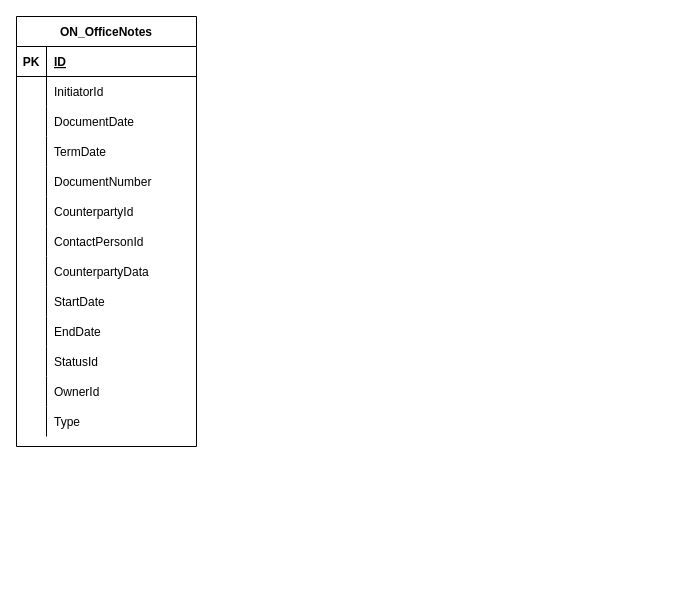
This is Untitled Diagram.drawio from the-shichko/drawio, a draw.io file, before an edit. Source tidied: cells renumbered, new cells numbered last; positions are measured from the earlier drawing's top-left corner, leaving out a move shared by most shapes. Both pictures are drawn from the tidied source at 100%, with x=0, y=0 at pixel (16, 16).
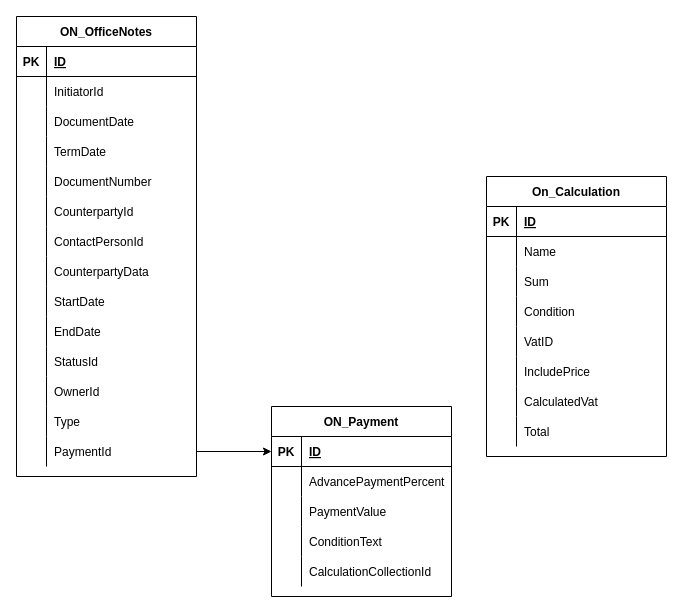
After the change.

Diff of the diagram source:
```diff
@@
     <mxCell id="2" value="ON_OfficeNotes" style="shape=table;startSize=30;childLayout=tableLayout;rowLines=0;fontStyle=1;align=center;" parent="1" vertex="1">
-      <mxGeometry width="180" height="430" as="geometry" />
+      <mxGeometry width="180" height="460" as="geometry" />
     </mxCell>
@@
+    <mxCell id="42" style="shape=partialRectangle;fillColor=none;top=0;left=0;bottom=0;right=0;points=[[0,0.5],[1,0.5]];portConstraint=eastwest;" parent="2" vertex="1">
+      <mxGeometry y="420" width="180" height="30" as="geometry" />
+    </mxCell>
+    <mxCell id="43" style="shape=partialRectangle;fillColor=none;top=0;left=0;bottom=0;right=0;overflow=hidden;" parent="42" vertex="1">
+      <mxGeometry width="30" height="30" as="geometry" />
+    </mxCell>
+    <mxCell id="44" value="PaymentId" style="shape=partialRectangle;fillColor=none;top=0;left=0;bottom=0;right=0;align=left;spacingLeft=6;overflow=hidden;" parent="42" vertex="1">
+      <mxGeometry x="30" width="150" height="30" as="geometry" />
+    </mxCell>
+    <mxCell id="45" style="edgeStyle=orthogonalEdgeStyle;rounded=0;jettySize=auto;html=1;entryX=0;entryY=0.5;entryDx=0;entryDy=0;" parent="1" edge="1" source="42" target="47">
+      <mxGeometry relative="1" as="geometry" />
+    </mxCell>
+    <mxCell id="46" value="ON_Payment" style="shape=table;startSize=30;childLayout=tableLayout;rowLines=0;fontStyle=1;align=center;" parent="1" vertex="1">
+      <mxGeometry x="255" y="390" width="180" height="190" as="geometry" />
+    </mxCell>
+    <mxCell id="47" style="shape=partialRectangle;fillColor=none;top=0;left=0;bottom=1;right=0;points=[[0,0.5],[1,0.5]];portConstraint=eastwest;" parent="46" vertex="1">
+      <mxGeometry y="30" width="180" height="30" as="geometry" />
+    </mxCell>
+    <mxCell id="48" value="PK" style="shape=partialRectangle;fillColor=none;top=0;left=0;bottom=0;right=0;fontStyle=1;overflow=hidden;" parent="47" vertex="1">
+      <mxGeometry width="30" height="30" as="geometry" />
+    </mxCell>
+    <mxCell id="49" value="ID" style="shape=partialRectangle;fillColor=none;top=0;left=0;bottom=0;right=0;align=left;spacingLeft=6;fontStyle=5;overflow=hidden;" parent="47" vertex="1">
+      <mxGeometry x="30" width="150" height="30" as="geometry" />
+    </mxCell>
+    <mxCell id="50" style="shape=partialRectangle;fillColor=none;top=0;left=0;bottom=0;right=0;" parent="46" vertex="1">
+      <mxGeometry y="60" width="180" height="30" as="geometry" />
+    </mxCell>
+    <mxCell id="51" style="shape=partialRectangle;fillColor=none;top=0;left=0;bottom=0;right=0;overflow=hidden;" parent="50" vertex="1">
+      <mxGeometry width="30" height="30" as="geometry" />
+    </mxCell>
+    <mxCell id="52" value="AdvancePaymentPercent" style="shape=partialRectangle;fillColor=none;top=0;left=0;bottom=0;right=0;align=left;spacingLeft=6;overflow=hidden;" parent="50" vertex="1">
+      <mxGeometry x="30" width="150" height="30" as="geometry" />
+    </mxCell>
+    <mxCell id="53" style="shape=partialRectangle;fillColor=none;top=0;left=0;bottom=0;right=0;" parent="46" vertex="1">
+      <mxGeometry y="90" width="180" height="30" as="geometry" />
+    </mxCell>
+    <mxCell id="54" style="shape=partialRectangle;fillColor=none;top=0;left=0;bottom=0;right=0;overflow=hidden;" parent="53" vertex="1">
+      <mxGeometry width="30" height="30" as="geometry" />
+    </mxCell>
+    <mxCell id="55" value="PaymentValue" style="shape=partialRectangle;fillColor=none;top=0;left=0;bottom=0;right=0;align=left;spacingLeft=6;overflow=hidden;" parent="53" vertex="1">
+      <mxGeometry x="30" width="150" height="30" as="geometry" />
+    </mxCell>
+    <mxCell id="56" style="shape=partialRectangle;fillColor=none;top=0;left=0;bottom=0;right=0;" parent="46" vertex="1">
+      <mxGeometry y="120" width="180" height="30" as="geometry" />
+    </mxCell>
+    <mxCell id="57" style="shape=partialRectangle;fillColor=none;top=0;left=0;bottom=0;right=0;overflow=hidden;" parent="56" vertex="1">
+      <mxGeometry width="30" height="30" as="geometry" />
+    </mxCell>
+    <mxCell id="58" value="ConditionText" style="shape=partialRectangle;fillColor=none;top=0;left=0;bottom=0;right=0;align=left;spacingLeft=6;overflow=hidden;" parent="56" vertex="1">
+      <mxGeometry x="30" width="150" height="30" as="geometry" />
+    </mxCell>
+    <mxCell id="59" style="shape=partialRectangle;fillColor=none;top=0;left=0;bottom=0;right=0;" parent="46" vertex="1">
+      <mxGeometry y="150" width="180" height="30" as="geometry" />
+    </mxCell>
+    <mxCell id="60" style="shape=partialRectangle;fillColor=none;top=0;left=0;bottom=0;right=0;overflow=hidden;" parent="59" vertex="1">
+      <mxGeometry width="30" height="30" as="geometry" />
+    </mxCell>
+    <mxCell id="61" value="CalculationCollectionId" style="shape=partialRectangle;fillColor=none;top=0;left=0;bottom=0;right=0;align=left;spacingLeft=6;overflow=hidden;" parent="59" vertex="1">
+      <mxGeometry x="30" width="150" height="30" as="geometry" />
+    </mxCell>
+    <mxCell id="62" value="On_Calculation" style="shape=table;startSize=30;childLayout=tableLayout;rowLines=0;fontStyle=1;align=center;" parent="1" vertex="1">
+      <mxGeometry x="470" y="160" width="180" height="280" as="geometry" />
+    </mxCell>
+    <mxCell id="63" style="shape=partialRectangle;fillColor=none;top=0;left=0;bottom=1;right=0;" parent="62" vertex="1">
+      <mxGeometry y="30" width="180" height="30" as="geometry" />
+    </mxCell>
+    <mxCell id="64" value="PK" style="shape=partialRectangle;fillColor=none;top=0;left=0;bottom=0;right=0;fontStyle=1;overflow=hidden;" parent="63" vertex="1">
+      <mxGeometry width="30" height="30" as="geometry" />
+    </mxCell>
+    <mxCell id="65" value="ID" style="shape=partialRectangle;fillColor=none;top=0;left=0;bottom=0;right=0;align=left;spacingLeft=6;fontStyle=5;overflow=hidden;" parent="63" vertex="1">
+      <mxGeometry x="30" width="150" height="30" as="geometry" />
+    </mxCell>
+    <mxCell id="66" style="shape=partialRectangle;fillColor=none;top=0;left=0;bottom=0;right=0;" parent="62" vertex="1">
+      <mxGeometry y="60" width="180" height="30" as="geometry" />
+    </mxCell>
+    <mxCell id="67" style="shape=partialRectangle;fillColor=none;top=0;left=0;bottom=0;right=0;overflow=hidden;" parent="66" vertex="1">
+      <mxGeometry width="30" height="30" as="geometry" />
+    </mxCell>
+    <mxCell id="68" value="Name" style="shape=partialRectangle;fillColor=none;top=0;left=0;bottom=0;right=0;align=left;spacingLeft=6;overflow=hidden;" parent="66" vertex="1">
+      <mxGeometry x="30" width="150" height="30" as="geometry" />
+    </mxCell>
+    <mxCell id="69" style="shape=partialRectangle;fillColor=none;top=0;left=0;bottom=0;right=0;" parent="62" vertex="1">
+      <mxGeometry y="90" width="180" height="30" as="geometry" />
+    </mxCell>
+    <mxCell id="70" style="shape=partialRectangle;fillColor=none;top=0;left=0;bottom=0;right=0;overflow=hidden;" parent="69" vertex="1">
+      <mxGeometry width="30" height="30" as="geometry" />
+    </mxCell>
+    <mxCell id="71" value="Sum" style="shape=partialRectangle;fillColor=none;top=0;left=0;bottom=0;right=0;align=left;spacingLeft=6;overflow=hidden;" parent="69" vertex="1">
+      <mxGeometry x="30" width="150" height="30" as="geometry" />
+    </mxCell>
+    <mxCell id="72" style="shape=partialRectangle;fillColor=none;top=0;left=0;bottom=0;right=0;" parent="62" vertex="1">
+      <mxGeometry y="120" width="180" height="30" as="geometry" />
+    </mxCell>
+    <mxCell id="73" style="shape=partialRectangle;fillColor=none;top=0;left=0;bottom=0;right=0;overflow=hidden;" parent="72" vertex="1">
+      <mxGeometry width="30" height="30" as="geometry" />
+    </mxCell>
+    <mxCell id="74" value="Condition" style="shape=partialRectangle;fillColor=none;top=0;left=0;bottom=0;right=0;align=left;spacingLeft=6;overflow=hidden;" parent="72" vertex="1">
+      <mxGeometry x="30" width="150" height="30" as="geometry" />
+    </mxCell>
+    <mxCell id="75" style="shape=partialRectangle;fillColor=none;top=0;left=0;bottom=0;right=0;" parent="62" vertex="1">
+      <mxGeometry y="150" width="180" height="30" as="geometry" />
+    </mxCell>
+    <mxCell id="76" style="shape=partialRectangle;fillColor=none;top=0;left=0;bottom=0;right=0;overflow=hidden;" parent="75" vertex="1">
+      <mxGeometry width="30" height="30" as="geometry" />
+    </mxCell>
+    <mxCell id="77" value="VatID" style="shape=partialRectangle;fillColor=none;top=0;left=0;bottom=0;right=0;align=left;spacingLeft=6;overflow=hidden;" parent="75" vertex="1">
+      <mxGeometry x="30" width="150" height="30" as="geometry" />
+    </mxCell>
+    <mxCell id="78" style="shape=partialRectangle;fillColor=none;top=0;left=0;bottom=0;right=0;" parent="62" vertex="1">
+      <mxGeometry y="180" width="180" height="30" as="geometry" />
+    </mxCell>
+    <mxCell id="79" style="shape=partialRectangle;fillColor=none;top=0;left=0;bottom=0;right=0;overflow=hidden;" parent="78" vertex="1">
+      <mxGeometry width="30" height="30" as="geometry" />
+    </mxCell>
+    <mxCell id="80" value="IncludePrice" style="shape=partialRectangle;fillColor=none;top=0;left=0;bottom=0;right=0;align=left;spacingLeft=6;overflow=hidden;" parent="78" vertex="1">
+      <mxGeometry x="30" width="150" height="30" as="geometry" />
+    </mxCell>
+    <mxCell id="81" style="shape=partialRectangle;fillColor=none;top=0;left=0;bottom=0;right=0;" parent="62" vertex="1">
+      <mxGeometry y="210" width="180" height="30" as="geometry" />
+    </mxCell>
+    <mxCell id="82" style="shape=partialRectangle;fillColor=none;top=0;left=0;bottom=0;right=0;overflow=hidden;" parent="81" vertex="1">
+      <mxGeometry width="30" height="30" as="geometry" />
+    </mxCell>
+    <mxCell id="83" value="CalculatedVat" style="shape=partialRectangle;fillColor=none;top=0;left=0;bottom=0;right=0;align=left;spacingLeft=6;overflow=hidden;" parent="81" vertex="1">
+      <mxGeometry x="30" width="150" height="30" as="geometry" />
+    </mxCell>
+    <mxCell id="84" style="shape=partialRectangle;fillColor=none;top=0;left=0;bottom=0;right=0;" parent="62" vertex="1">
+      <mxGeometry y="240" width="180" height="30" as="geometry" />
+    </mxCell>
+    <mxCell id="85" style="shape=partialRectangle;fillColor=none;top=0;left=0;bottom=0;right=0;overflow=hidden;" parent="84" vertex="1">
+      <mxGeometry width="30" height="30" as="geometry" />
+    </mxCell>
+    <mxCell id="86" value="Total" style="shape=partialRectangle;fillColor=none;top=0;left=0;bottom=0;right=0;align=left;spacingLeft=6;overflow=hidden;" parent="84" vertex="1">
+      <mxGeometry x="30" width="150" height="30" as="geometry" />
+    </mxCell>
```
